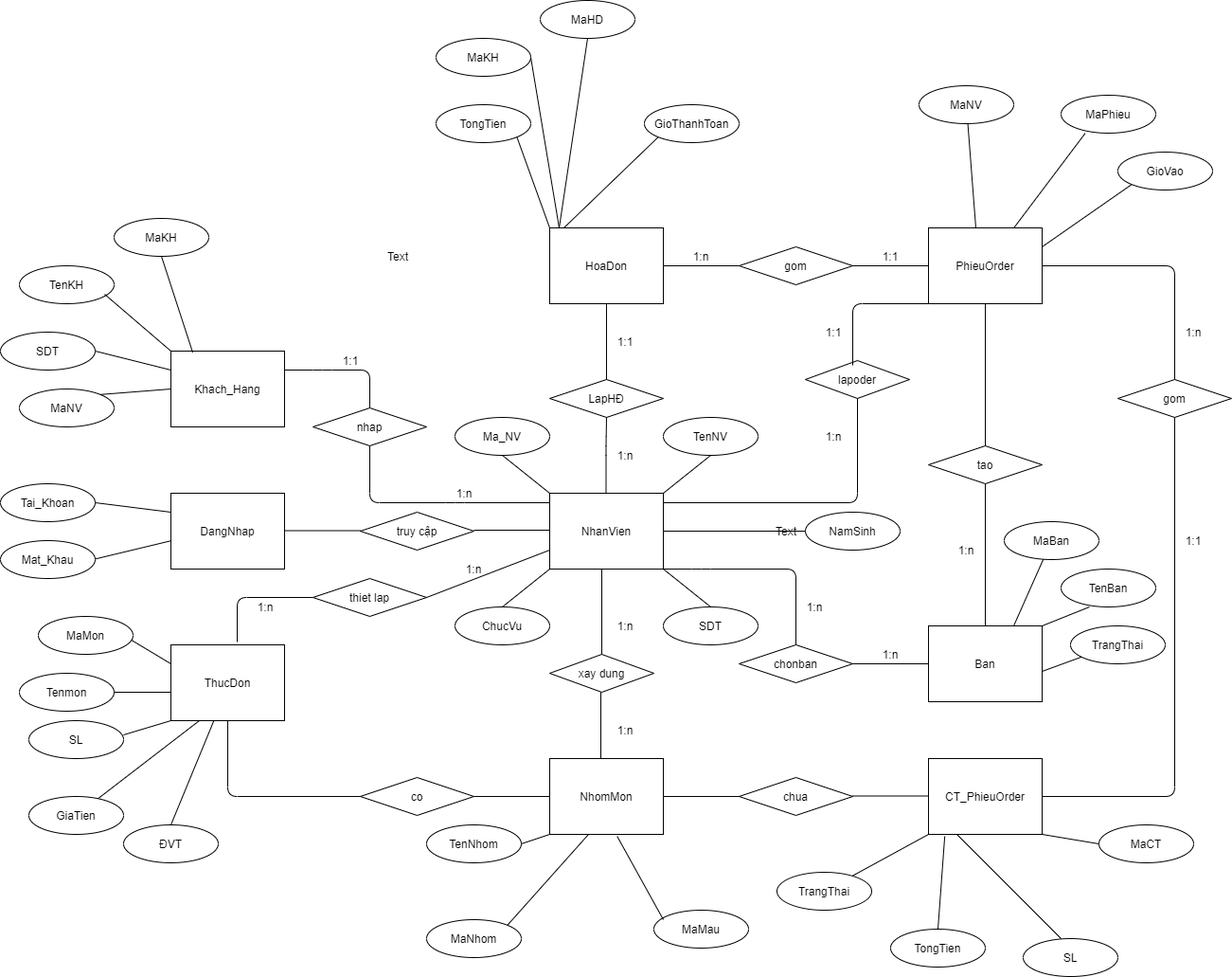
Earlier version of the draw.io export yu.png (vinh2000/vinh2k). Source tidied: cells renumbered, new cells last; positions are measured from the earlier drawing's top-left corner, leaving out a move shared by most shapes.
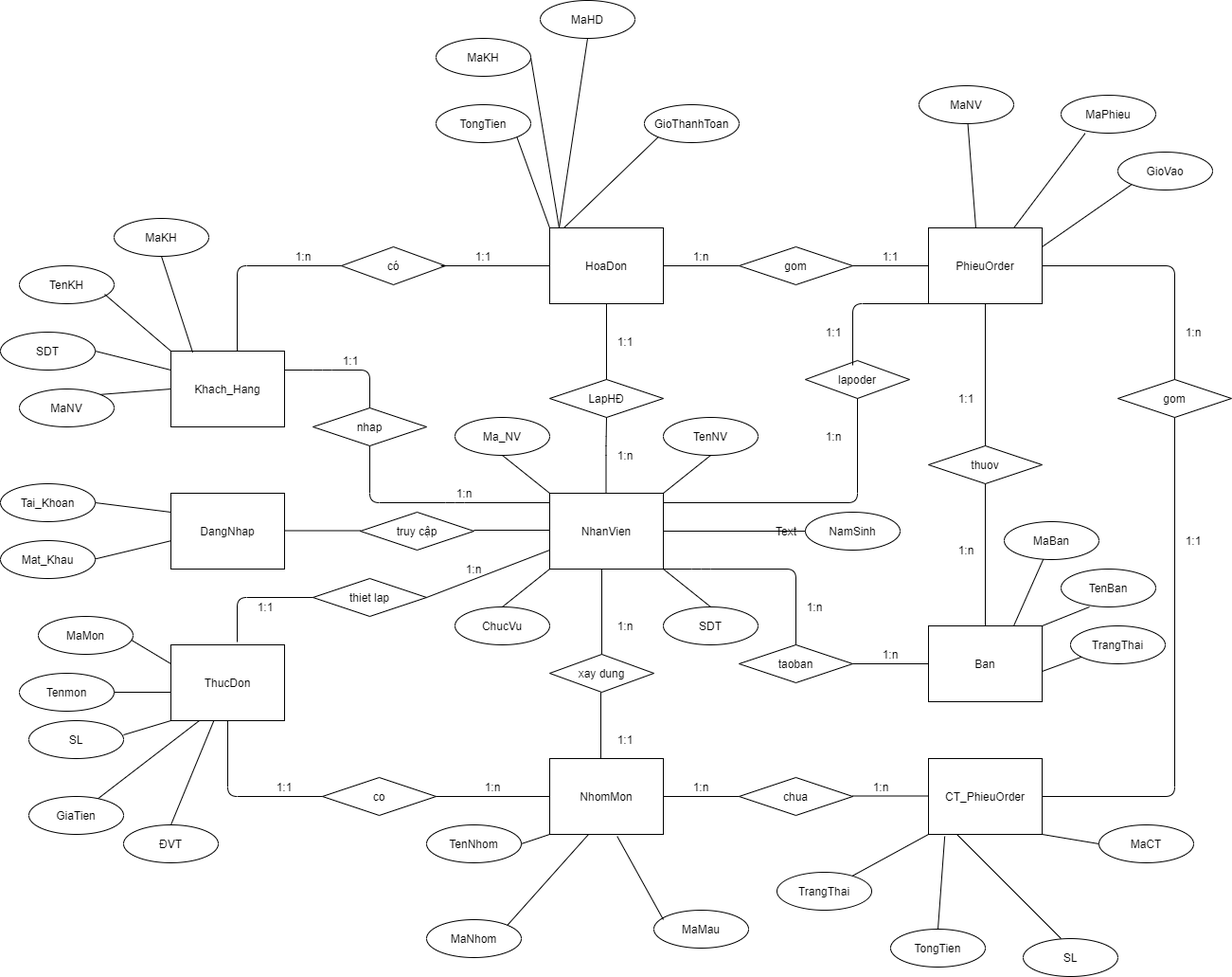
Later version of the same file.

The edit, as a diff of the source:
```diff
@@ -17,7 +17,7 @@
     <mxCell id="5" value="LapHĐ" style="rhombus;whiteSpace=wrap;html=1;rounded=0;" parent="1" vertex="1">
       <mxGeometry x="580" y="400" width="120" height="40" as="geometry" />
     </mxCell>
-    <mxCell id="6" value="chonban" style="rhombus;whiteSpace=wrap;html=1;rounded=0;" parent="1" vertex="1">
+    <mxCell id="6" value="taoban" style="rhombus;whiteSpace=wrap;html=1;rounded=0;" parent="1" vertex="1">
       <mxGeometry x="780" y="680" width="120" height="40" as="geometry" />
     </mxCell>
     <mxCell id="7" value="nhap" style="rhombus;whiteSpace=wrap;html=1;rounded=0;" parent="1" vertex="1">
@@ -78,7 +78,7 @@
         <mxPoint x="980" y="700" as="targetPoint" />
       </mxGeometry>
     </mxCell>
-    <mxCell id="20" value="tao" style="rhombus;whiteSpace=wrap;html=1;rounded=0;" parent="1" vertex="1">
+    <mxCell id="20" value="thuov" style="rhombus;whiteSpace=wrap;html=1;rounded=0;" parent="1" vertex="1">
       <mxGeometry x="980" y="470" width="120" height="40" as="geometry" />
     </mxCell>
     <mxCell id="21" style="endArrow=none;html=1;entryX=0.5;entryY=1;entryDx=0;entryDy=0;" parent="1" edge="1" target="20">
@@ -90,16 +90,14 @@
       <mxGeometry x="580" y="800" width="120" height="80" as="geometry" />
     </mxCell>
     <mxCell id="23" value="co" style="rhombus;whiteSpace=wrap;html=1;rounded=0;" parent="1" vertex="1">
-      <mxGeometry x="380" y="820" width="120" height="40" as="geometry" />
+      <mxGeometry x="340" y="820" width="120" height="40" as="geometry" />
     </mxCell>
-    <mxCell id="24" style="endArrow=none;html=1;entryX=0;entryY=0.5;entryDx=0;entryDy=0;" parent="1" edge="1" target="22">
-      <mxGeometry relative="1" as="geometry">
-        <mxPoint x="500" y="840" as="sourcePoint" />
-      </mxGeometry>
+    <mxCell id="24" style="endArrow=none;html=1;entryX=0;entryY=0.5;entryDx=0;entryDy=0;exitX=1;exitY=0.5;exitDx=0;exitDy=0;" parent="1" edge="1" source="23" target="22">
+      <mxGeometry relative="1" as="geometry" />
     </mxCell>
     <mxCell id="25" style="endArrow=none;html=1;exitX=0.5;exitY=1;exitDx=0;exitDy=0;" parent="1" edge="1" source="12">
       <mxGeometry relative="1" as="geometry">
-        <mxPoint x="380" y="840" as="targetPoint" />
+        <mxPoint x="340" y="840" as="targetPoint" />
         <Array as="points">
           <mxPoint x="240" y="840" />
         </Array>
@@ -396,9 +394,6 @@
     <mxCell id="100" value="1:1" style="text;html=1;strokeColor=none;fillColor=none;align=center;verticalAlign=middle;whiteSpace=wrap;rounded=0;" parent="1" vertex="1">
       <mxGeometry x="640" y="350" width="40" height="20" as="geometry" />
     </mxCell>
-    <mxCell id="101" value="Text" style="text;html=1;strokeColor=none;fillColor=none;align=center;verticalAlign=middle;whiteSpace=wrap;rounded=0;" parent="1" vertex="1">
-      <mxGeometry x="400" y="260" width="40" height="20" as="geometry" />
-    </mxCell>
     <mxCell id="102" style="endArrow=none;html=1;entryX=0.5;entryY=1;entryDx=0;entryDy=0;" parent="1" edge="1" target="16">
       <mxGeometry relative="1" as="geometry">
         <mxPoint x="1040" y="470" as="sourcePoint" />
@@ -513,20 +508,57 @@
     <mxCell id="126" value="1:n" style="text;html=1;strokeColor=none;fillColor=none;align=center;verticalAlign=middle;whiteSpace=wrap;rounded=0;" parent="1" vertex="1">
       <mxGeometry x="480" y="590" width="40" height="20" as="geometry" />
     </mxCell>
-    <mxCell id="127" value="1:n" style="text;html=1;strokeColor=none;fillColor=none;align=center;verticalAlign=middle;whiteSpace=wrap;rounded=0;" parent="1" vertex="1">
+    <mxCell id="127" value="1:1" style="text;html=1;strokeColor=none;fillColor=none;align=center;verticalAlign=middle;whiteSpace=wrap;rounded=0;" parent="1" vertex="1">
       <mxGeometry x="260" y="630" width="40" height="20" as="geometry" />
     </mxCell>
     <mxCell id="128" value="1:n" style="text;html=1;strokeColor=none;fillColor=none;align=center;verticalAlign=middle;whiteSpace=wrap;rounded=0;" parent="1" vertex="1">
       <mxGeometry x="640" y="650" width="40" height="20" as="geometry" />
     </mxCell>
-    <mxCell id="129" value="1:n" style="text;html=1;strokeColor=none;fillColor=none;align=center;verticalAlign=middle;whiteSpace=wrap;rounded=0;" parent="1" vertex="1">
-      <mxGeometry x="640" y="760" width="40" height="20" as="geometry" />
-    </mxCell>
     <mxCell id="130" value="1:n" style="text;html=1;strokeColor=none;fillColor=none;align=center;verticalAlign=middle;whiteSpace=wrap;rounded=0;" parent="1" vertex="1">
       <mxGeometry x="860" y="450" width="40" height="20" as="geometry" />
     </mxCell>
     <mxCell id="131" value="1:1" style="text;html=1;strokeColor=none;fillColor=none;align=center;verticalAlign=middle;whiteSpace=wrap;rounded=0;" parent="1" vertex="1">
       <mxGeometry x="860" y="340" width="40" height="20" as="geometry" />
     </mxCell>
+    <mxCell id="132" value="có" style="rhombus;whiteSpace=wrap;html=1;" parent="1" vertex="1">
+      <mxGeometry x="360" y="260" width="110" height="40" as="geometry" />
+    </mxCell>
+    <mxCell id="133" style="endArrow=none;html=1;entryX=0;entryY=0.5;entryDx=0;entryDy=0;" parent="1" edge="1" target="132">
+      <mxGeometry relative="1" as="geometry">
+        <mxPoint x="250" y="370" as="sourcePoint" />
+        <Array as="points">
+          <mxPoint x="250" y="280" />
+        </Array>
+      </mxGeometry>
+    </mxCell>
+    <mxCell id="134" style="endArrow=none;html=1;entryX=0;entryY=0.5;entryDx=0;entryDy=0;" parent="1" edge="1" target="14">
+      <mxGeometry relative="1" as="geometry">
+        <mxPoint x="465" y="280" as="sourcePoint" />
+      </mxGeometry>
+    </mxCell>
+    <mxCell id="135" value="1:n" style="text;html=1;strokeColor=none;fillColor=none;align=center;verticalAlign=middle;whiteSpace=wrap;rounded=0;" parent="1" vertex="1">
+      <mxGeometry x="300" y="260" width="40" height="20" as="geometry" />
+    </mxCell>
+    <mxCell id="136" value="1:1" style="text;html=1;strokeColor=none;fillColor=none;align=center;verticalAlign=middle;whiteSpace=wrap;rounded=0;" parent="1" vertex="1">
+      <mxGeometry x="490" y="260" width="40" height="20" as="geometry" />
+    </mxCell>
+    <mxCell id="137" value="1:1" style="text;html=1;strokeColor=none;fillColor=none;align=center;verticalAlign=middle;whiteSpace=wrap;rounded=0;" parent="1" vertex="1">
+      <mxGeometry x="1000" y="410" width="40" height="20" as="geometry" />
+    </mxCell>
+    <mxCell id="138" value="1:1" style="text;html=1;strokeColor=none;fillColor=none;align=center;verticalAlign=middle;whiteSpace=wrap;rounded=0;" parent="1" vertex="1">
+      <mxGeometry x="640" y="770" width="40" height="20" as="geometry" />
+    </mxCell>
+    <mxCell id="139" value="1:n" style="text;html=1;strokeColor=none;fillColor=none;align=center;verticalAlign=middle;whiteSpace=wrap;rounded=0;" parent="1" vertex="1">
+      <mxGeometry x="910" y="820" width="40" height="20" as="geometry" />
+    </mxCell>
+    <mxCell id="140" value="1:n" style="text;html=1;strokeColor=none;fillColor=none;align=center;verticalAlign=middle;whiteSpace=wrap;rounded=0;" parent="1" vertex="1">
+      <mxGeometry x="720" y="820" width="40" height="20" as="geometry" />
+    </mxCell>
+    <mxCell id="141" value="1:n" style="text;html=1;strokeColor=none;fillColor=none;align=center;verticalAlign=middle;whiteSpace=wrap;rounded=0;" parent="1" vertex="1">
+      <mxGeometry x="500" y="820" width="40" height="20" as="geometry" />
+    </mxCell>
+    <mxCell id="142" value="1:1" style="text;html=1;strokeColor=none;fillColor=none;align=center;verticalAlign=middle;whiteSpace=wrap;rounded=0;" parent="1" vertex="1">
+      <mxGeometry x="280" y="820" width="40" height="20" as="geometry" />
+    </mxCell>
   </root>
 </mxGraphModel>
```
